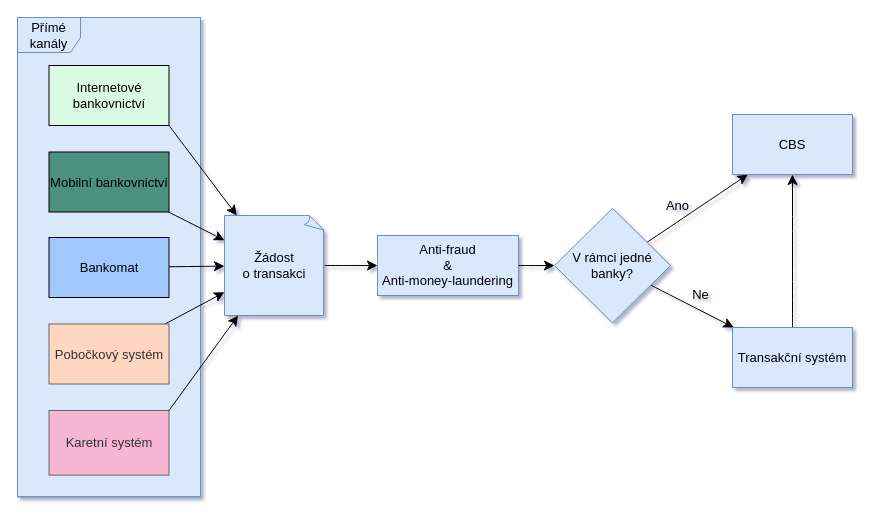
Above: page "Domain-final" (2 of 4) of pis-hw5.drawio in Finishxx/draw-io (draw.io), before the change. Source tidied: cells renumbered, new cells numbered last; positions are measured from the earlier drawing's top-left corner, leaving out a move shared by most shapes. Both pictures are drawn from the tidied source at 100%, with x=0, y=0 at pixel (17, 17).
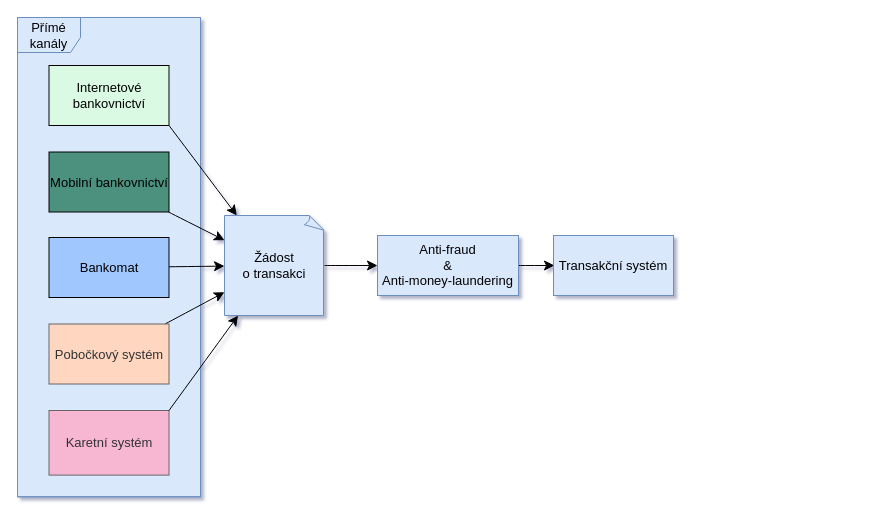
The same diagram, later.

Unchanged cells that the change refers to:
```xml
<mxCell id="17" value="&lt;div&gt;Anti-fraud&lt;/div&gt;&lt;div&gt;&amp;amp;&lt;/div&gt;&lt;div&gt;Anti-money-laundering&lt;/div&gt;" style="rounded=0;whiteSpace=wrap;html=1;fillColor=#dae8fc;strokeColor=#6c8ebf;fontSize=13;" parent="1" vertex="1">
  <mxGeometry x="360" y="218" width="141" height="60" as="geometry" />
</mxCell>
```

Diff of the diagram source:
```diff
@@
-    <mxCell id="16" style="edgeStyle=none;curved=1;rounded=0;jettySize=auto;html=1;fontSize=13;startSize=8;endSize=8;" parent="1" edge="1" source="17" target="22">
-      <mxGeometry relative="1" as="geometry" />
+    <mxCell id="16" style="edgeStyle=none;curved=1;rounded=0;jettySize=auto;html=1;fontSize=13;startSize=8;endSize=8;" parent="1" edge="1" source="17">
+      <mxGeometry relative="1" as="geometry">
+        <mxPoint x="537" y="248" as="targetPoint" />
+      </mxGeometry>
     </mxCell>
@@
-    <mxCell id="18" style="edgeStyle=none;curved=1;rounded=0;jettySize=auto;html=1;fontSize=13;startSize=8;endSize=8;" parent="1" edge="1" source="22" target="25">
-      <mxGeometry relative="1" as="geometry" />
-    </mxCell>
-    <mxCell id="19" value="Ne" style="edgeLabel;html=1;align=center;verticalAlign=middle;fontSize=13;labelBackgroundColor=none;" parent="18" vertex="1">
-      <mxGeometry x="0.02" y="-1" relative="1" as="geometry">
-        <mxPoint x="7" y="-14" as="offset" />
-      </mxGeometry>
-    </mxCell>
-    <mxCell id="20" style="edgeStyle=none;curved=1;rounded=0;jettySize=auto;html=1;fontSize=13;startSize=8;endSize=8;" parent="1" edge="1" source="22" target="23">
-      <mxGeometry relative="1" as="geometry" />
-    </mxCell>
-    <mxCell id="21" value="Ano" style="edgeLabel;html=1;align=center;verticalAlign=middle;fontSize=13;labelBackgroundColor=none;" parent="20" vertex="1">
-      <mxGeometry x="-0.18" y="-1" relative="1" as="geometry">
-        <mxPoint x="-12" y="-10" as="offset" />
-      </mxGeometry>
-    </mxCell>
-    <mxCell id="22" value="V rámci jedné banky?" style="rhombus;whiteSpace=wrap;html=1;fillColor=#dae8fc;strokeColor=#6c8ebf;fontSize=13;" parent="1" vertex="1">
-      <mxGeometry x="537" y="190.8" width="116" height="114.5" as="geometry" />
-    </mxCell>
-    <mxCell id="23" value="CBS" style="rounded=0;whiteSpace=wrap;html=1;fillColor=#dae8fc;strokeColor=#6c8ebf;fontSize=13;" parent="1" vertex="1">
-      <mxGeometry x="715" y="97" width="120" height="60" as="geometry" />
-    </mxCell>
-    <mxCell id="24" style="edgeStyle=none;curved=1;rounded=0;jettySize=auto;html=1;fontSize=13;startSize=8;endSize=8;" parent="1" edge="1" source="25" target="23">
-      <mxGeometry relative="1" as="geometry" />
-    </mxCell>
     <mxCell id="25" value="Transakční systém" style="rounded=0;whiteSpace=wrap;html=1;fillColor=#dae8fc;strokeColor=#6c8ebf;fontSize=13;" parent="1" vertex="1">
-      <mxGeometry x="715" y="310" width="120" height="60" as="geometry" />
+      <mxGeometry x="536" y="218" width="120" height="60" as="geometry" />
     </mxCell>
```
